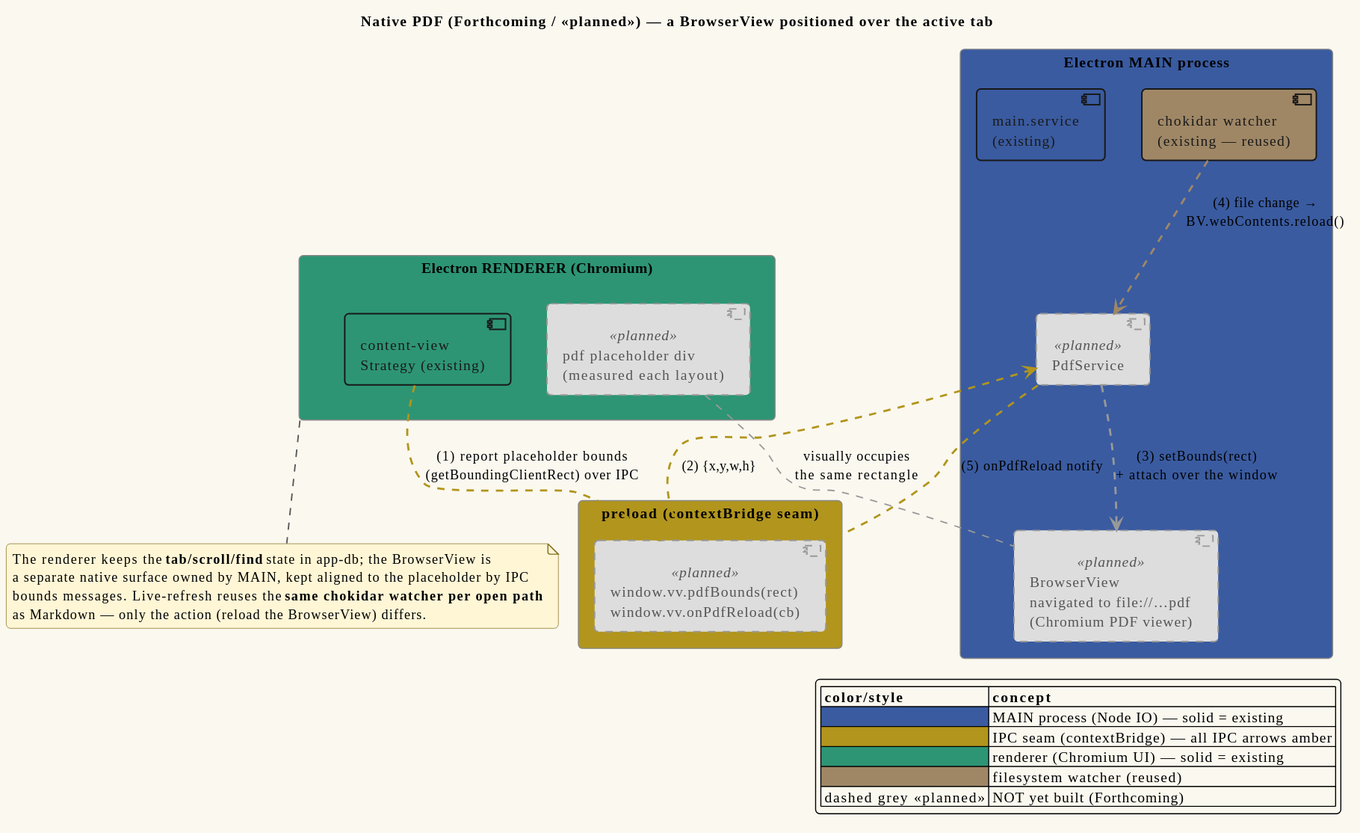
Before: docs/diagrams/component-native-pdf-planned.svg, a diagram exported from PlantUML (vinary-tree/vinary-viewer). Its source is kept beside it as docs/diagrams/component-native-pdf-planned.puml. The source it was exported from:
```plantuml
@startuml component-native-pdf-planned
!include _vv-theme.iuml

title Native PDF (Forthcoming / «planned») — a BrowserView positioned over the active tab

rectangle "Electron MAIN process" as MAIN #3A5BA0 {
  component "main.service\n(existing)" as SVC #3A5BA0
  component "PdfService" as PDF <<planned>>
  component "BrowserView\nnavigated to file://…pdf\n(Chromium PDF viewer)" as BV <<planned>>
  component "chokidar watcher\n(existing — reused)" as WATCH #9F8766
}

rectangle "preload (contextBridge seam)" as PRE #B1951D {
  component "window.vv.pdfBounds(rect)\nwindow.vv.onPdfReload(cb)" as BRIDGE <<planned>>
}

rectangle "Electron RENDERER (Chromium)" as REND #2D9574 {
  component "content-view\nStrategy (existing)" as CV #2D9574
  component "pdf placeholder div\n(measured each layout)" as PH <<planned>>
}

CV -[#B1951D,dashed,thickness=2]-> BRIDGE : (1) report placeholder bounds\n(getBoundingClientRect) over IPC
BRIDGE -[#B1951D,dashed,thickness=2]-> PDF  : (2) {x,y,w,h}
PDF -[#999999,dashed,thickness=2]-> BV      : (3) setBounds(rect)\n+ attach over the window
WATCH -[#9F8766,dashed,thickness=2]-> PDF   : (4) file change →\nBV.webContents.reload()
PDF -[#B1951D,dashed,thickness=2]-> BRIDGE  : (5) onPdfReload notify
PH .[#999999,dashed]. BV : visually occupies\nthe same rectangle

note bottom of REND
  The renderer keeps the **tab/scroll/find** state in app-db; the BrowserView is
  a separate native surface owned by MAIN, kept aligned to the placeholder by IPC
  bounds messages. Live-refresh reuses the **same chokidar watcher per open path**
  as Markdown — only the action (reload the BrowserView) differs.
end note

legend right
  |= color/style |= concept |
  | <#3A5BA0> | MAIN process (Node IO) — solid = existing |
  | <#B1951D> | IPC seam (contextBridge) — all IPC arrows amber |
  | <#2D9574> | renderer (Chromium UI) — solid = existing |
  | <#9F8766> | filesystem watcher (reused) |
  | dashed grey <<planned>> | NOT yet built (Forthcoming) |
endlegend
@enduml
```
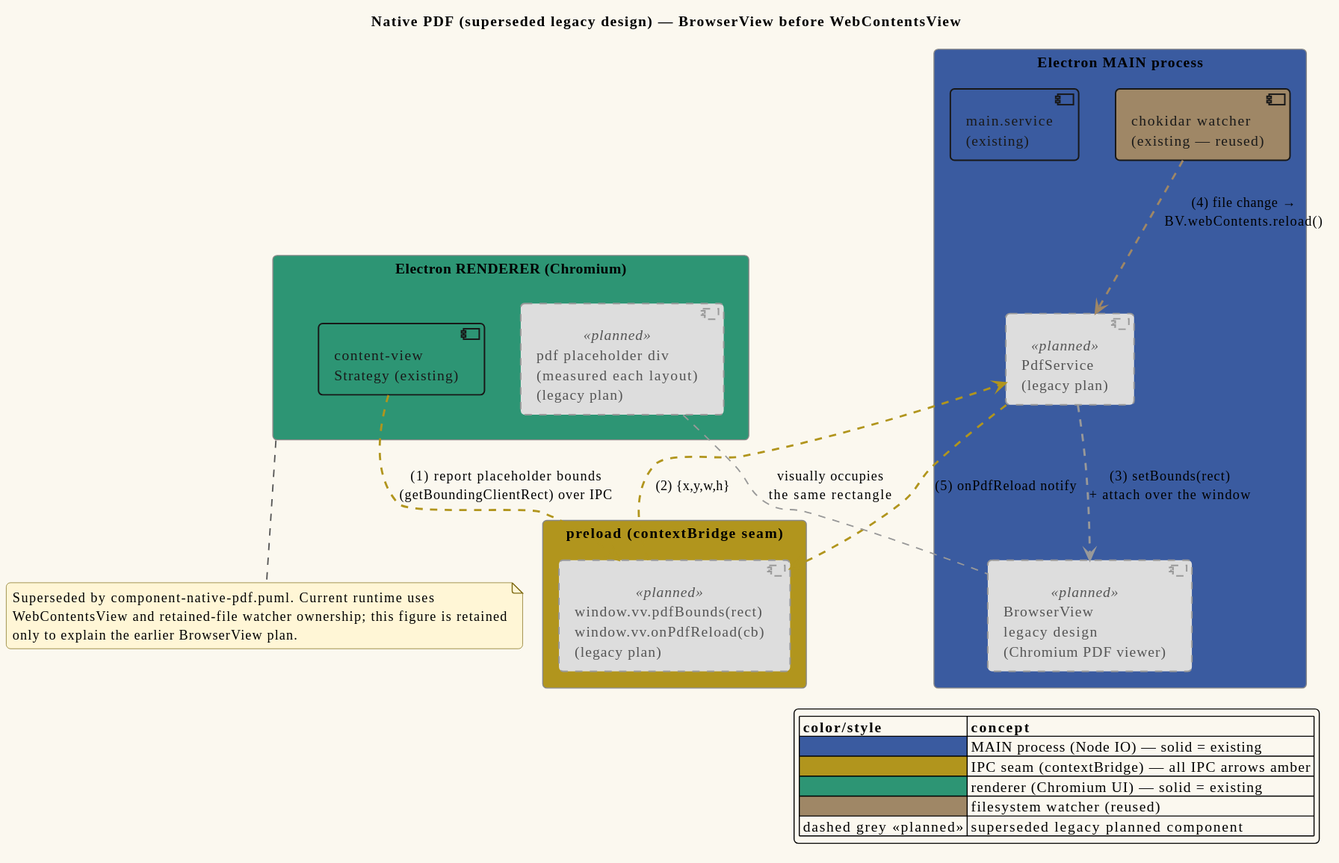
The same file after the commit.

Change to the diagram source:
```diff
@@ -1,22 +1,22 @@
 @startuml component-native-pdf-planned
 !include _vv-theme.iuml
 
-title Native PDF (Forthcoming / «planned») — a BrowserView positioned over the active tab
+title Native PDF (superseded legacy design) — BrowserView before WebContentsView
 
 rectangle "Electron MAIN process" as MAIN #3A5BA0 {
   component "main.service\n(existing)" as SVC #3A5BA0
-  component "PdfService" as PDF <<planned>>
-  component "BrowserView\nnavigated to file://…pdf\n(Chromium PDF viewer)" as BV <<planned>>
+  component "PdfService\n(legacy plan)" as PDF <<planned>>
+  component "BrowserView\nlegacy design\n(Chromium PDF viewer)" as BV <<planned>>
   component "chokidar watcher\n(existing — reused)" as WATCH #9F8766
 }
 
 rectangle "preload (contextBridge seam)" as PRE #B1951D {
-  component "window.vv.pdfBounds(rect)\nwindow.vv.onPdfReload(cb)" as BRIDGE <<planned>>
+  component "window.vv.pdfBounds(rect)\nwindow.vv.onPdfReload(cb)\n(legacy plan)" as BRIDGE <<planned>>
 }
 
 rectangle "Electron RENDERER (Chromium)" as REND #2D9574 {
   component "content-view\nStrategy (existing)" as CV #2D9574
-  component "pdf placeholder div\n(measured each layout)" as PH <<planned>>
+  component "pdf placeholder div\n(measured each layout)\n(legacy plan)" as PH <<planned>>
 }
 
 CV -[#B1951D,dashed,thickness=2]-> BRIDGE : (1) report placeholder bounds\n(getBoundingClientRect) over IPC
@@ -27,10 +27,9 @@
 PH .[#999999,dashed]. BV : visually occupies\nthe same rectangle
 
 note bottom of REND
-  The renderer keeps the **tab/scroll/find** state in app-db; the BrowserView is
-  a separate native surface owned by MAIN, kept aligned to the placeholder by IPC
-  bounds messages. Live-refresh reuses the **same chokidar watcher per open path**
-  as Markdown — only the action (reload the BrowserView) differs.
+  Superseded by component-native-pdf.puml. Current runtime uses
+  WebContentsView and retained-file watcher ownership; this figure is retained
+  only to explain the earlier BrowserView plan.
 end note
 
 legend right
@@ -39,6 +38,6 @@
   | <#B1951D> | IPC seam (contextBridge) — all IPC arrows amber |
   | <#2D9574> | renderer (Chromium UI) — solid = existing |
   | <#9F8766> | filesystem watcher (reused) |
-  | dashed grey <<planned>> | NOT yet built (Forthcoming) |
+  | dashed grey <<planned>> | superseded legacy planned component |
 endlegend
 @enduml
```
